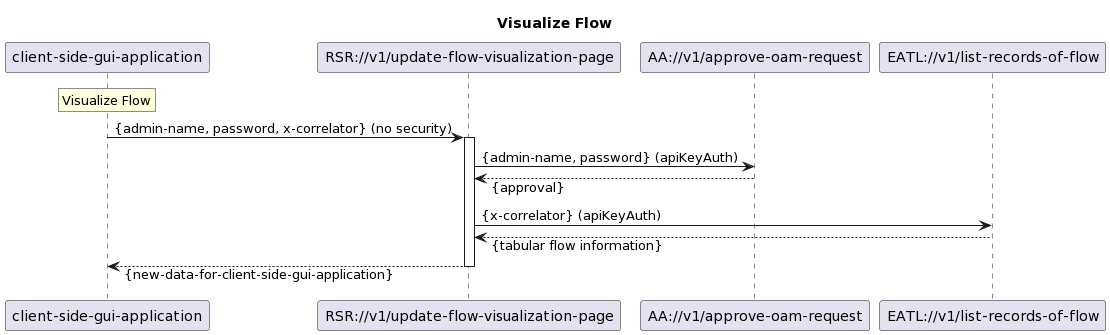
Before: spec/diagrams/03x_visualize_flow.png, a diagram exported from PlantUML (sunil-kumar-meena/RequestSequenceRepresentation).
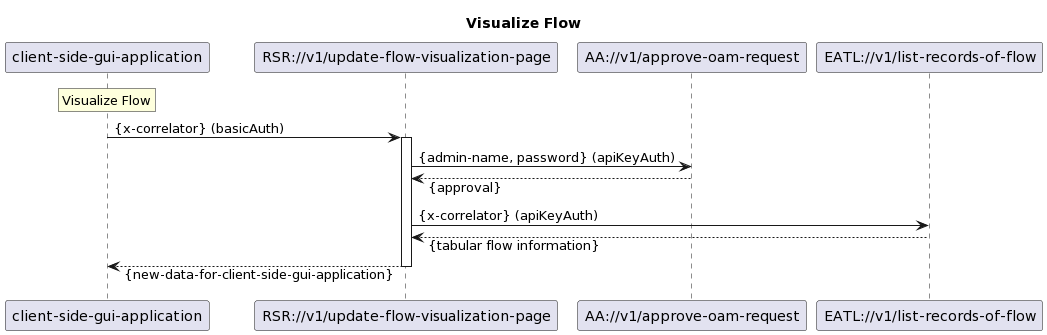
After the change.

Commit message:
Change user/password attributes to basicAuth Fixes #5

Diff of the diagram source:
```diff
@@ -9,7 +9,7 @@
 participant "EATL://v1/list-records-of-flow"
 
 rnote over "client-side-gui-application": Visualize Flow
-"client-side-gui-application" -> "RSR://v1/update-flow-visualization-page": {admin-name, password, x-correlator} (no security)
+"client-side-gui-application" -> "RSR://v1/update-flow-visualization-page": {x-correlator} (basicAuth)
 activate "RSR://v1/update-flow-visualization-page"
 
 "RSR://v1/update-flow-visualization-page" -> "AA://v1/approve-oam-request": {admin-name, password} (apiKeyAuth)
```
